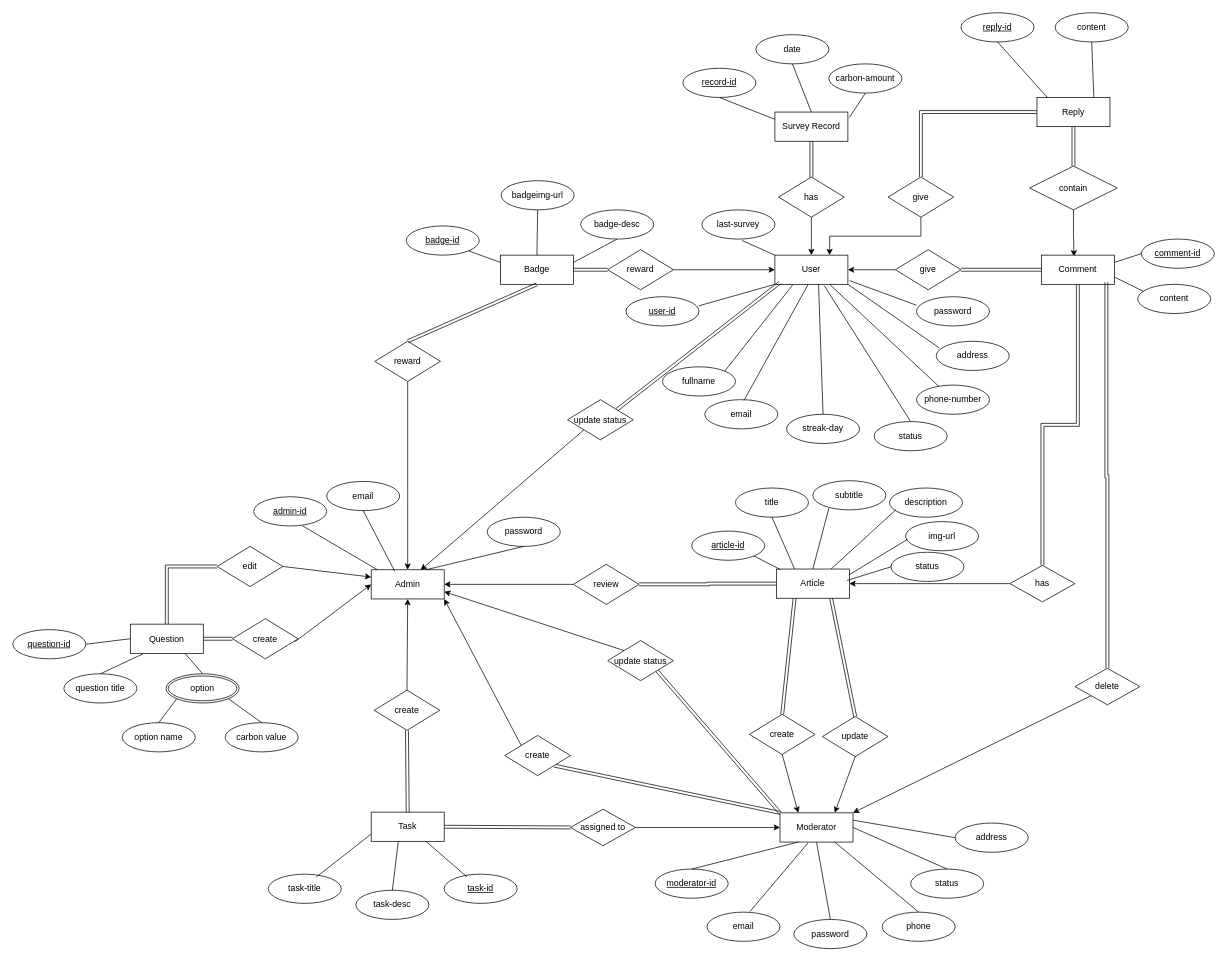
Earlier version of the draw.io diagram carbonTracker.drawio (NoelPOS/carbon-tracker). Source tidied: cells renumbered, new cells numbered last; positions are measured from the earlier drawing's top-left corner, leaving out a move shared by most shapes. Both pictures are drawn from the tidied source at 73%, with x=0, y=0 at pixel (12, 12).
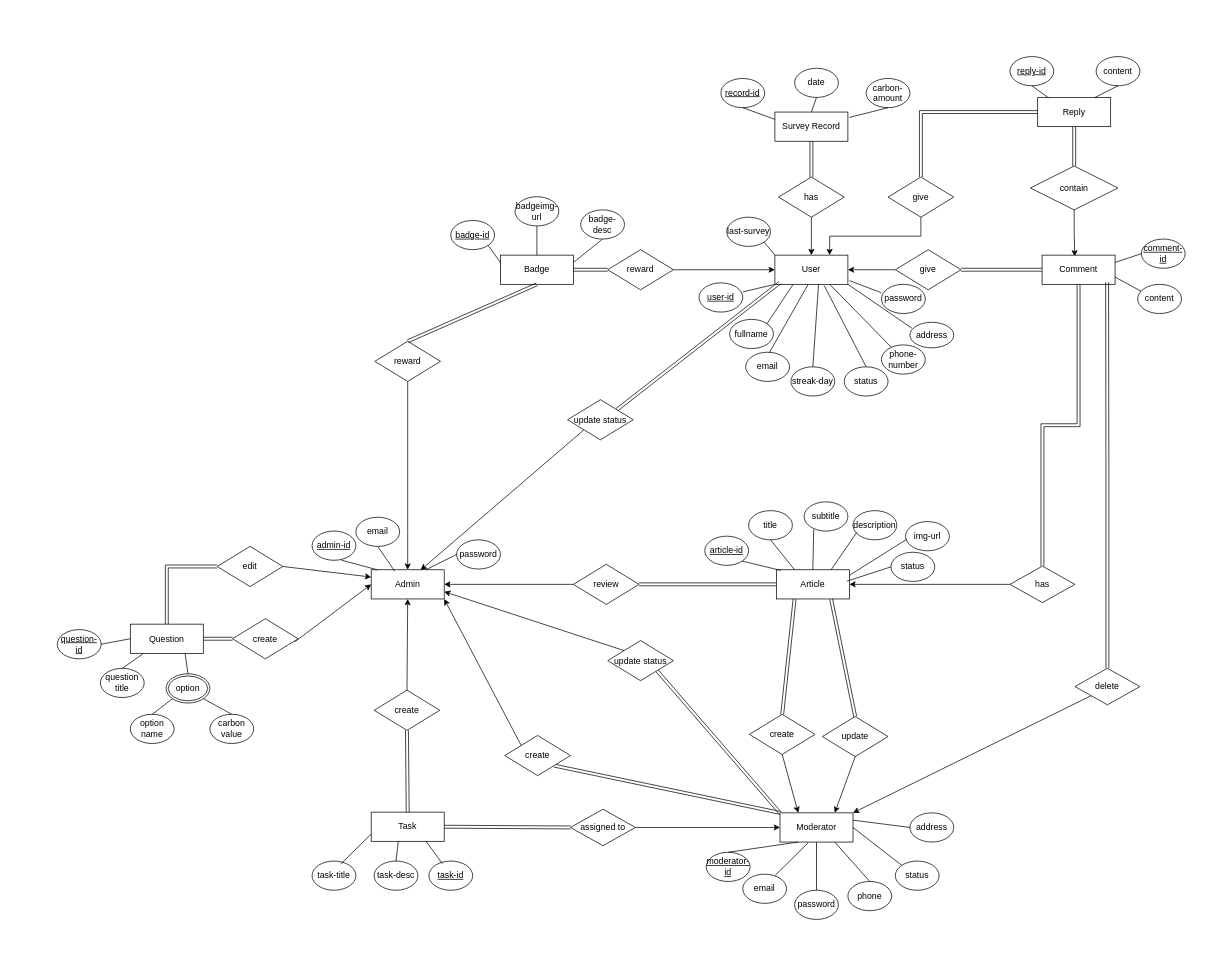
After the change.

Unchanged cells that the change refers to:
```xml
<mxCell id="2" value="Admin" style="whiteSpace=wrap;html=1;align=center;" parent="1" vertex="1">
  <mxGeometry x="491" y="763" width="100" height="40" as="geometry" />
</mxCell>
<mxCell id="17" value="Moderator" style="whiteSpace=wrap;html=1;align=center;" parent="1" vertex="1">
  <mxGeometry x="1051" y="1096" width="100" height="40" as="geometry" />
</mxCell>
<mxCell id="31" value="User" style="whiteSpace=wrap;html=1;align=center;" parent="1" vertex="1">
  <mxGeometry x="1044" y="332" width="100" height="40" as="geometry" />
</mxCell>
```

The edit, as a diff of the source:
```diff
@@
     <mxCell id="14" value="Article" style="whiteSpace=wrap;html=1;align=center;" parent="1" vertex="1">
-      <mxGeometry x="1046" y="762" width="100" height="40" as="geometry" />
+      <mxGeometry x="1046" y="763" width="100" height="40" as="geometry" />
     </mxCell>
@@
     <mxCell id="43" value="Reply" style="whiteSpace=wrap;html=1;align=center;" parent="1" vertex="1">
-      <mxGeometry x="1403" y="116" width="100" height="40" as="geometry" />
+      <mxGeometry x="1404" y="116" width="100" height="40" as="geometry" />
     </mxCell>
@@
     <mxCell id="49" value="moderator-id" style="ellipse;whiteSpace=wrap;html=1;align=center;fontStyle=4;" parent="1" vertex="1">
-      <mxGeometry x="880" y="1173" width="100" height="40" as="geometry" />
+      <mxGeometry x="950" y="1150" width="60" height="40" as="geometry" />
     </mxCell>
     <mxCell id="50" value="task-id" style="ellipse;whiteSpace=wrap;html=1;align=center;fontStyle=4;" parent="1" vertex="1">
-      <mxGeometry x="591" y="1180" width="100" height="40" as="geometry" />
+      <mxGeometry x="570" y="1162" width="60" height="40" as="geometry" />
     </mxCell>
     <mxCell id="51" value="question-id" style="ellipse;whiteSpace=wrap;html=1;align=center;fontStyle=4;" parent="1" vertex="1">
-      <mxGeometry y="845" width="100" height="40" as="geometry" />
+      <mxGeometry x="61" y="845" width="60" height="40" as="geometry" />
     </mxCell>
     <mxCell id="52" value="article-id" style="ellipse;whiteSpace=wrap;html=1;align=center;fontStyle=4;" parent="1" vertex="1">
-      <mxGeometry x="930" y="710" width="100" height="40" as="geometry" />
+      <mxGeometry x="948" y="717" width="60" height="40" as="geometry" />
     </mxCell>
     <mxCell id="53" value="comment-id" style="ellipse;whiteSpace=wrap;html=1;align=center;fontStyle=4;" parent="1" vertex="1">
-      <mxGeometry x="1546" y="310" width="100" height="40" as="geometry" />
+      <mxGeometry x="1546" y="310" width="60" height="40" as="geometry" />
     </mxCell>
     <mxCell id="54" value="reply-id" style="ellipse;whiteSpace=wrap;html=1;align=center;fontStyle=4;" parent="1" vertex="1">
-      <mxGeometry x="1299" width="100" height="40" as="geometry" />
+      <mxGeometry x="1366" y="60" width="60" height="40" as="geometry" />
     </mxCell>
     <mxCell id="55" value="record-id" style="ellipse;whiteSpace=wrap;html=1;align=center;fontStyle=4;" parent="1" vertex="1">
-      <mxGeometry x="918" y="76" width="100" height="40" as="geometry" />
+      <mxGeometry x="970" y="90" width="60" height="40" as="geometry" />
     </mxCell>
     <mxCell id="56" value="user-id" style="ellipse;whiteSpace=wrap;html=1;align=center;fontStyle=4;" parent="1" vertex="1">
-      <mxGeometry x="840" y="389" width="100" height="40" as="geometry" />
+      <mxGeometry x="940" y="370" width="60" height="40" as="geometry" />
     </mxCell>
     <mxCell id="57" value="badge-id" style="ellipse;whiteSpace=wrap;html=1;align=center;fontStyle=4;" parent="1" vertex="1">
-      <mxGeometry x="539" y="292" width="100" height="40" as="geometry" />
+      <mxGeometry x="600" y="284.5" width="60" height="40" as="geometry" />
     </mxCell>
     <mxCell id="58" value="admin-id" style="ellipse;whiteSpace=wrap;html=1;align=center;fontStyle=4;" parent="1" vertex="1">
-      <mxGeometry x="330" y="663" width="100" height="40" as="geometry" />
+      <mxGeometry x="410" y="710" width="60" height="40" as="geometry" />
     </mxCell>
     <mxCell id="59" value="email" style="ellipse;whiteSpace=wrap;html=1;align=center;" parent="1" vertex="1">
-      <mxGeometry x="951" y="1232" width="100" height="40" as="geometry" />
+      <mxGeometry x="1000" y="1180" width="60" height="40" as="geometry" />
     </mxCell>
     <mxCell id="60" value="status" style="ellipse;whiteSpace=wrap;html=1;align=center;" parent="1" vertex="1">
-      <mxGeometry x="1230" y="1173" width="100" height="40" as="geometry" />
+      <mxGeometry x="1209" y="1162" width="60" height="40" as="geometry" />
     </mxCell>
@@
     <mxCell id="62" value="fullname" style="ellipse;whiteSpace=wrap;html=1;align=center;" parent="1" vertex="1">
-      <mxGeometry x="890" y="485" width="100" height="40" as="geometry" />
+      <mxGeometry x="982" y="420" width="60" height="40" as="geometry" />
     </mxCell>
     <mxCell id="63" value="email" style="ellipse;whiteSpace=wrap;html=1;align=center;" parent="1" vertex="1">
-      <mxGeometry x="948" y="530" width="100" height="40" as="geometry" />
+      <mxGeometry x="1004" y="465" width="60" height="40" as="geometry" />
     </mxCell>
     <mxCell id="64" value="password" style="ellipse;whiteSpace=wrap;html=1;align=center;" parent="1" vertex="1">
-      <mxGeometry x="1238" y="389" width="100" height="40" as="geometry" />
+      <mxGeometry x="1190" y="372" width="60" height="40" as="geometry" />
     </mxCell>
     <mxCell id="65" value="title" style="ellipse;whiteSpace=wrap;html=1;align=center;" parent="1" vertex="1">
-      <mxGeometry x="990" y="651" width="100" height="40" as="geometry" />
+      <mxGeometry x="1008" y="682" width="60" height="40" as="geometry" />
     </mxCell>
     <mxCell id="66" value="subtitle" style="ellipse;whiteSpace=wrap;html=1;align=center;" parent="1" vertex="1">
-      <mxGeometry x="1096" y="641" width="100" height="40" as="geometry" />
+      <mxGeometry x="1084" y="670" width="60" height="40" as="geometry" />
     </mxCell>
     <mxCell id="67" value="description" style="ellipse;whiteSpace=wrap;html=1;align=center;" parent="1" vertex="1">
-      <mxGeometry x="1201" y="651" width="100" height="40" as="geometry" />
+      <mxGeometry x="1151" y="682" width="60" height="40" as="geometry" />
     </mxCell>
     <mxCell id="68" value="img-url" style="ellipse;whiteSpace=wrap;html=1;align=center;" parent="1" vertex="1">
-      <mxGeometry x="1223" y="697" width="100" height="40" as="geometry" />
+      <mxGeometry x="1223" y="697" width="60" height="40" as="geometry" />
     </mxCell>
     <mxCell id="69" value="address" style="ellipse;whiteSpace=wrap;html=1;align=center;" parent="1" vertex="1">
-      <mxGeometry x="1265" y="450" width="100" height="40" as="geometry" />
+      <mxGeometry x="1229" y="424" width="60" height="35" as="geometry" />
     </mxCell>
     <mxCell id="70" value="question title" style="ellipse;whiteSpace=wrap;html=1;align=center;" parent="1" vertex="1">
-      <mxGeometry x="70" y="905.5" width="100" height="40" as="geometry" />
+      <mxGeometry x="120" y="898" width="60" height="40" as="geometry" />
     </mxCell>
     <mxCell id="71" value="option" style="ellipse;shape=doubleEllipse;margin=3;whiteSpace=wrap;html=1;align=center;" parent="1" vertex="1">
-      <mxGeometry x="210" y="905.5" width="100" height="40" as="geometry" />
+      <mxGeometry x="210" y="905.5" width="60" height="40" as="geometry" />
     </mxCell>
     <mxCell id="72" value="option name" style="ellipse;whiteSpace=wrap;html=1;align=center;" parent="1" vertex="1">
-      <mxGeometry x="150" y="972.5" width="100" height="40" as="geometry" />
+      <mxGeometry x="161" y="961" width="60" height="40" as="geometry" />
     </mxCell>
     <mxCell id="73" value="carbon value" style="ellipse;whiteSpace=wrap;html=1;align=center;" parent="1" vertex="1">
-      <mxGeometry x="291" y="972.5" width="100" height="40" as="geometry" />
+      <mxGeometry x="270" y="961" width="60" height="40" as="geometry" />
     </mxCell>
     <mxCell id="74" value="phone-number" style="ellipse;whiteSpace=wrap;html=1;align=center;" parent="1" vertex="1">
-      <mxGeometry x="1238" y="510" width="100" height="40" as="geometry" />
+      <mxGeometry x="1190" y="455" width="60" height="40" as="geometry" />
     </mxCell>
     <mxCell id="75" value="streak-day" style="ellipse;whiteSpace=wrap;html=1;align=center;" parent="1" vertex="1">
-      <mxGeometry x="1060" y="550" width="100" height="40" as="geometry" />
+      <mxGeometry x="1066" y="485" width="60" height="40" as="geometry" />
     </mxCell>
     <mxCell id="76" value="password" style="ellipse;whiteSpace=wrap;html=1;align=center;" parent="1" vertex="1">
-      <mxGeometry x="1070" y="1242" width="100" height="40" as="geometry" />
+      <mxGeometry x="1071" y="1202" width="60" height="40" as="geometry" />
     </mxCell>
     <mxCell id="77" value="phone" style="ellipse;whiteSpace=wrap;html=1;align=center;" parent="1" vertex="1">
-      <mxGeometry x="1191" y="1232" width="100" height="40" as="geometry" />
+      <mxGeometry x="1144" y="1190" width="60" height="40" as="geometry" />
     </mxCell>
@@
     <mxCell id="81" value="email" style="ellipse;whiteSpace=wrap;html=1;align=center;" parent="1" vertex="1">
-      <mxGeometry x="430" y="642" width="100" height="40" as="geometry" />
+      <mxGeometry x="470" y="691" width="60" height="40" as="geometry" />
     </mxCell>
     <mxCell id="82" value="password" style="ellipse;whiteSpace=wrap;html=1;align=center;" parent="1" vertex="1">
-      <mxGeometry x="650" y="691" width="100" height="40" as="geometry" />
+      <mxGeometry x="608" y="722" width="60" height="40" as="geometry" />
     </mxCell>
-    <mxCell id="83" style="endArrow=none;html=1;rounded=0;entryX=0.386;entryY=1.022;entryDx=0;entryDy=0;entryPerimeter=0;" parent="1" edge="1" target="17">
-      <mxGeometry relative="1" as="geometry">
-        <mxPoint x="1010" y="1231" as="sourcePoint" />
-      </mxGeometry>
+    <mxCell id="83" style="endArrow=none;html=1;rounded=0;entryX=0.386;entryY=1.022;entryDx=0;entryDy=0;entryPerimeter=0;exitX=0.741;exitY=0.039;exitDx=0;exitDy=0;exitPerimeter=0;" parent="1" edge="1" source="59" target="17">
+      <mxGeometry relative="1" as="geometry" />
     </mxCell>
     <mxCell id="84" value="content" style="ellipse;whiteSpace=wrap;html=1;align=center;" parent="1" vertex="1">
-      <mxGeometry x="1541" y="372" width="100" height="40" as="geometry" />
+      <mxGeometry x="1541" y="372" width="60" height="40" as="geometry" />
     </mxCell>
     <mxCell id="85" value="content" style="ellipse;whiteSpace=wrap;html=1;align=center;" parent="1" vertex="1">
-      <mxGeometry x="1428" width="100" height="40" as="geometry" />
+      <mxGeometry x="1484" y="60" width="60" height="40" as="geometry" />
     </mxCell>
     <mxCell id="86" value="carbon-amount" style="ellipse;whiteSpace=wrap;html=1;align=center;" parent="1" vertex="1">
-      <mxGeometry x="1118" y="70" width="100" height="40" as="geometry" />
+      <mxGeometry x="1169" y="90" width="60" height="40" as="geometry" />
     </mxCell>
     <mxCell id="87" value="badge-desc" style="ellipse;whiteSpace=wrap;html=1;align=center;" parent="1" vertex="1">
-      <mxGeometry x="778" y="270" width="100" height="40" as="geometry" />
+      <mxGeometry x="778" y="270" width="60" height="40" as="geometry" />
     </mxCell>
     <mxCell id="88" value="badgeimg-url" style="ellipse;whiteSpace=wrap;html=1;align=center;" parent="1" vertex="1">
-      <mxGeometry x="669" y="230" width="100" height="40" as="geometry" />
+      <mxGeometry x="688" y="252" width="60" height="40" as="geometry" />
     </mxCell>
@@
-    <mxCell id="91" style="endArrow=none;html=1;rounded=0;entryX=1;entryY=0.5;entryDx=0;entryDy=0;exitX=0.5;exitY=0;exitDx=0;exitDy=0;" parent="1" edge="1" source="60" target="17">
+    <mxCell id="91" style="endArrow=none;html=1;rounded=0;entryX=1;entryY=0.5;entryDx=0;entryDy=0;exitX=0;exitY=0;exitDx=0;exitDy=0;" parent="1" edge="1" source="60" target="17">
       <mxGeometry relative="1" as="geometry" />
     </mxCell>
@@
-    <mxCell id="111" style="endArrow=none;html=1;rounded=0;entryX=0.5;entryY=1;entryDx=0;entryDy=0;exitX=0.75;exitY=0;exitDx=0;exitDy=0;" parent="1" edge="1" source="2" target="82">
+    <mxCell id="111" style="endArrow=none;html=1;rounded=0;entryX=0;entryY=0.5;entryDx=0;entryDy=0;exitX=0.75;exitY=0;exitDx=0;exitDy=0;" parent="1" edge="1" source="2" target="82">
       <mxGeometry relative="1" as="geometry" />
     </mxCell>
@@
     <mxCell id="121" value="task-desc" style="ellipse;whiteSpace=wrap;html=1;align=center;" parent="1" vertex="1">
-      <mxGeometry x="470" y="1202" width="100" height="40" as="geometry" />
+      <mxGeometry x="495" y="1162" width="60" height="40" as="geometry" />
     </mxCell>
     <mxCell id="122" value="task-title" style="ellipse;whiteSpace=wrap;html=1;align=center;" parent="1" vertex="1">
-      <mxGeometry x="350" y="1180" width="100" height="40" as="geometry" />
+      <mxGeometry x="410" y="1162" width="60" height="40" as="geometry" />
     </mxCell>
@@
     <mxCell id="126" value="status" style="ellipse;whiteSpace=wrap;html=1;align=center;" parent="1" vertex="1">
-      <mxGeometry x="1203" y="739" width="100" height="40" as="geometry" />
+      <mxGeometry x="1203" y="739" width="60" height="40" as="geometry" />
     </mxCell>
@@
     <mxCell id="128" value="last-survey" style="ellipse;whiteSpace=wrap;html=1;align=center;" parent="1" vertex="1">
-      <mxGeometry x="944" y="270" width="100" height="40" as="geometry" />
+      <mxGeometry x="978" y="280" width="60" height="40" as="geometry" />
     </mxCell>
     <mxCell id="129" value="date" style="ellipse;whiteSpace=wrap;html=1;align=center;" parent="1" vertex="1">
-      <mxGeometry x="1018" y="30" width="100" height="40" as="geometry" />
+      <mxGeometry x="1071" y="76" width="60" height="40" as="geometry" />
     </mxCell>
@@
-    <mxCell id="131" style="endArrow=none;html=1;rounded=0;entryX=0.55;entryY=1.048;entryDx=0;entryDy=0;exitX=0;exitY=0;exitDx=0;exitDy=0;entryPerimeter=0;" parent="1" edge="1" source="31" target="128">
+    <mxCell id="131" style="endArrow=none;html=1;rounded=0;entryX=1;entryY=1;entryDx=0;entryDy=0;exitX=0;exitY=0;exitDx=0;exitDy=0;" parent="1" edge="1" source="31" target="128">
       <mxGeometry relative="1" as="geometry" />
     </mxCell>
@@
     <mxCell id="135" value="address" style="ellipse;whiteSpace=wrap;html=1;align=center;" parent="1" vertex="1">
-      <mxGeometry x="1291" y="1110" width="100" height="40" as="geometry" />
+      <mxGeometry x="1229" y="1096" width="60" height="40" as="geometry" />
     </mxCell>
@@
     <mxCell id="140" value="status" style="ellipse;whiteSpace=wrap;html=1;align=center;" parent="1" vertex="1">
-      <mxGeometry x="1180" y="560" width="100" height="40" as="geometry" />
+      <mxGeometry x="1139" y="485" width="60" height="40" as="geometry" />
     </mxCell>
@@
     <mxCell id="142" value="Comment" style="whiteSpace=wrap;html=1;align=center;" parent="1" vertex="1">
-      <mxGeometry x="1409" y="332" width="100" height="40" as="geometry" />
+      <mxGeometry x="1410" y="332" width="100" height="40" as="geometry" />
     </mxCell>
@@
     <mxCell id="144" value="has" style="shape=rhombus;perimeter=rhombusPerimeter;whiteSpace=wrap;html=1;align=center;" parent="1" vertex="1">
-      <mxGeometry x="1366" y="757" width="89" height="50" as="geometry" />
+      <mxGeometry x="1366" y="758" width="89" height="50" as="geometry" />
     </mxCell>
     <mxCell id="145" value="contain" style="shape=rhombus;perimeter=rhombusPerimeter;whiteSpace=wrap;html=1;align=center;" parent="1" vertex="1">
-      <mxGeometry x="1393" y="210" width="120" height="60" as="geometry" />
+      <mxGeometry x="1394" y="210" width="120" height="60" as="geometry" />
     </mxCell>
```
